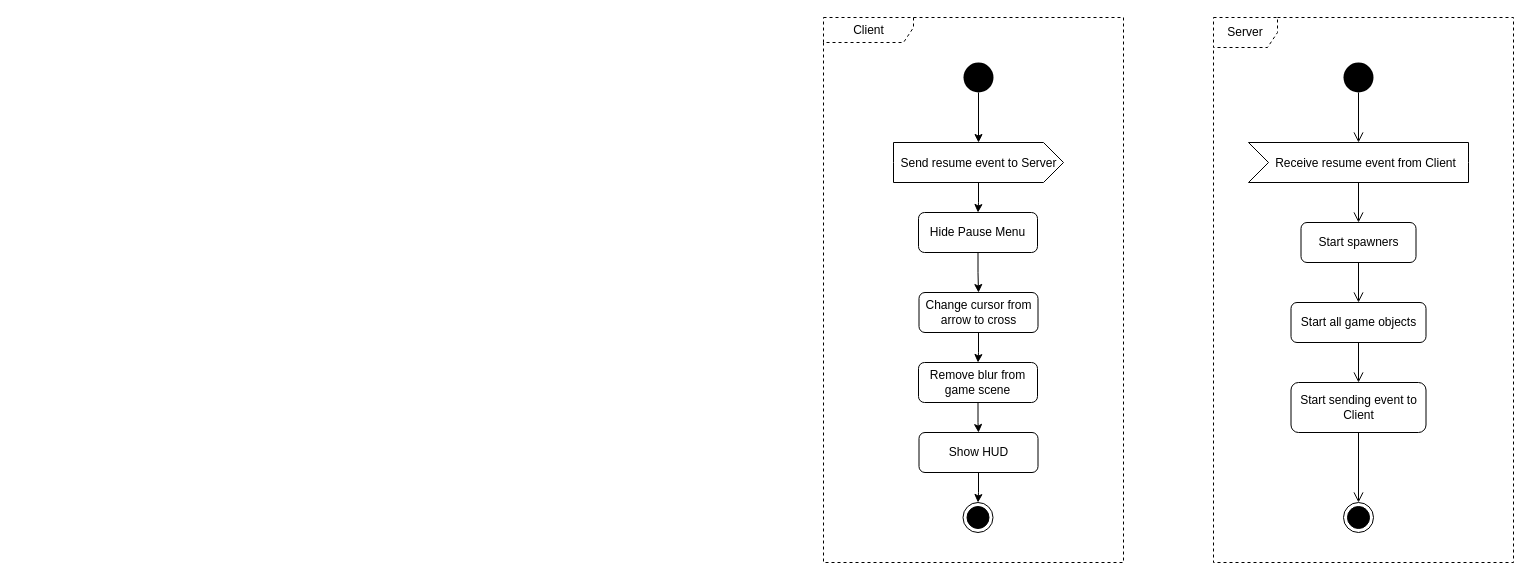
The draw.io diagram doc/activity_diagrams/singleplayer/resume_game.drawio in TadekBiela/heisttown, before the edit. Source tidied: cells renumbered, new cells numbered last; positions are measured from the earlier drawing's top-left corner, leaving out a move shared by most shapes. Both pictures are drawn from the tidied source at 100%, with x=0, y=0 at pixel (823, 17).
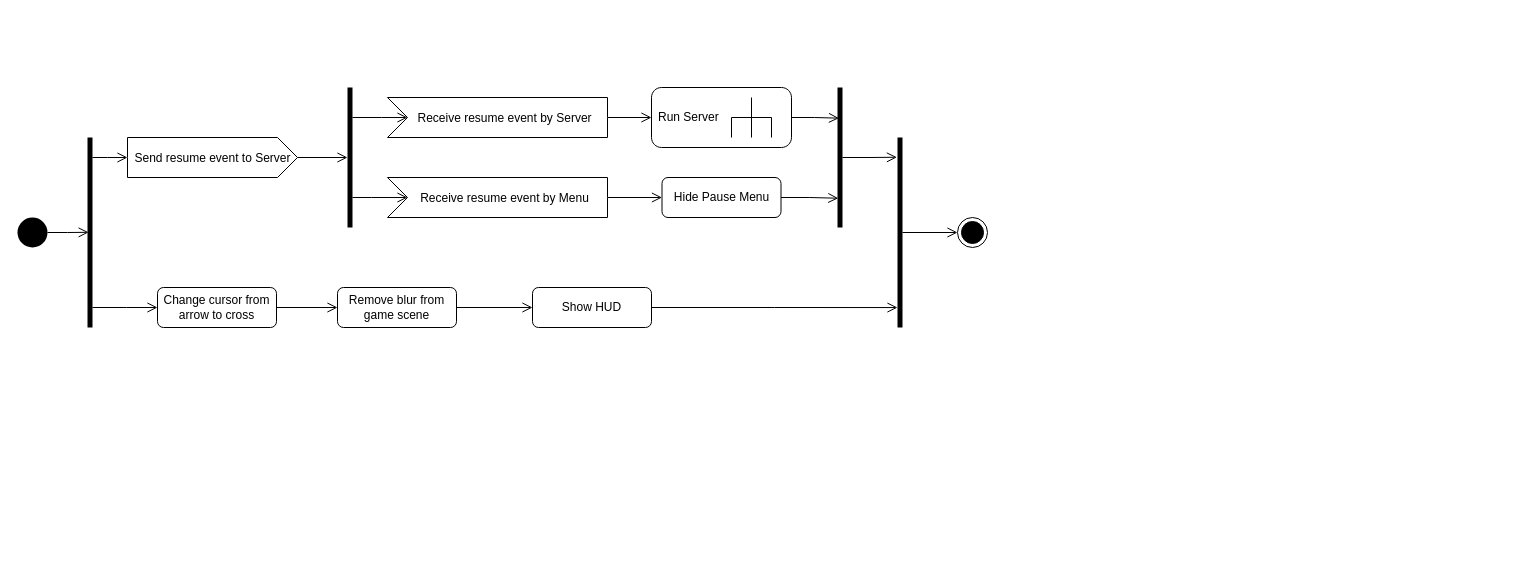
Above is the later version.

Commit message (it also covers changes not shown here):
Join Client and Server separated activity resume game diagrams into one

Change to the diagram source:
```diff
@@
-    <mxCell id="2" value="Client" style="shape=umlFrame;tabPosition=left;html=1;boundedLbl=1;labelInHeader=1;width=90;height=25;dashed=1;" parent="1" vertex="1">
-      <mxGeometry width="300" height="545" as="geometry" />
-    </mxCell>
-    <mxCell id="3" style="edgeStyle=orthogonalEdgeStyle;rounded=0;jettySize=auto;html=1;" parent="1" edge="1" source="4" target="14">
-      <mxGeometry relative="1" as="geometry" />
-    </mxCell>
-    <mxCell id="4" style="ellipse;fillColor=#000000;strokeColor=none;" parent="1" vertex="1">
-      <mxGeometry x="140" y="45" width="30" height="30" as="geometry" />
-    </mxCell>
-    <mxCell id="5" style="edgeStyle=orthogonalEdgeStyle;rounded=0;jettySize=auto;html=1;entryX=0.5;entryY=0;entryDx=0;entryDy=0;" parent="1" edge="1" source="6" target="8">
-      <mxGeometry relative="1" as="geometry" />
-    </mxCell>
+    <mxCell id="28" style="edgeStyle=orthogonalEdgeStyle;rounded=0;jettySize=auto;html=1;entryX=0.231;entryY=0.499;entryDx=0;entryDy=0;entryPerimeter=0;endArrow=open;endFill=0;endSize=8;" parent="1" edge="1" source="29" target="33">
+      <mxGeometry relative="1" as="geometry" />
+    </mxCell>
+    <mxCell id="29" style="ellipse;fillColor=#000000;strokeColor=none;" parent="1" vertex="1">
+      <mxGeometry x="-806" y="200" width="30" height="30" as="geometry" />
+    </mxCell>
+    <mxCell id="30" style="edgeStyle=orthogonalEdgeStyle;rounded=0;jettySize=auto;html=1;endArrow=open;endFill=0;endSize=8;" parent="1" edge="1" source="14" target="36">
+      <mxGeometry relative="1" as="geometry" />
+    </mxCell>
+    <mxCell id="14" value="&lt;span style=&quot;font-size: 12px;&quot;&gt;Send resume event to Server&lt;/span&gt;" style="html=1;shape=mxgraph.infographic.ribbonSimple;notch1=0;notch2=20;align=center;verticalAlign=middle;fontSize=14;fontStyle=0;fillColor=#FFFFFF;strokeColor=#000000;" parent="1" vertex="1">
+      <mxGeometry x="-696" y="120" width="170" height="40" as="geometry" />
+    </mxCell>
+    <mxCell id="31" style="edgeStyle=orthogonalEdgeStyle;rounded=0;jettySize=auto;html=1;endArrow=open;endFill=0;endSize=8;" parent="1" edge="1" source="33" target="8">
+      <mxGeometry relative="1" as="geometry">
+        <Array as="points">
+          <mxPoint x="-697" y="290" />
+          <mxPoint x="-697" y="290" />
+        </Array>
+      </mxGeometry>
+    </mxCell>
+    <mxCell id="32" style="edgeStyle=orthogonalEdgeStyle;rounded=0;jettySize=auto;html=1;endArrow=open;endFill=0;endSize=8;" parent="1" edge="1" source="33" target="14">
+      <mxGeometry relative="1" as="geometry">
+        <Array as="points">
+          <mxPoint x="-716" y="140" />
+          <mxPoint x="-716" y="140" />
+        </Array>
+      </mxGeometry>
+    </mxCell>
+    <mxCell id="33" style="html=1;points=[];perimeter=orthogonalPerimeter;fillColor=#000000;strokeColor=none;" parent="1" vertex="1">
+      <mxGeometry x="-736" y="120" width="5" height="190" as="geometry" />
+    </mxCell>
+    <mxCell id="34" style="edgeStyle=orthogonalEdgeStyle;rounded=0;jettySize=auto;html=1;entryX=0;entryY=0;entryDx=20;entryDy=20;entryPerimeter=0;endArrow=open;endFill=0;endSize=8;" parent="1" edge="1" source="36" target="38">
+      <mxGeometry relative="1" as="geometry">
+        <Array as="points">
+          <mxPoint x="-442" y="100" />
+          <mxPoint x="-442" y="100" />
+        </Array>
+      </mxGeometry>
+    </mxCell>
+    <mxCell id="35" style="edgeStyle=orthogonalEdgeStyle;rounded=0;jettySize=auto;html=1;entryX=0;entryY=0;entryDx=20;entryDy=20;entryPerimeter=0;endArrow=open;endFill=0;endSize=8;" parent="1" edge="1" source="36" target="40">
+      <mxGeometry relative="1" as="geometry">
+        <Array as="points">
+          <mxPoint x="-452" y="180" />
+          <mxPoint x="-452" y="180" />
+        </Array>
+      </mxGeometry>
+    </mxCell>
+    <mxCell id="36" style="html=1;points=[];perimeter=orthogonalPerimeter;fillColor=#000000;strokeColor=none;" parent="1" vertex="1">
+      <mxGeometry x="-476" y="70" width="5" height="140" as="geometry" />
+    </mxCell>
+    <mxCell id="37" style="edgeStyle=orthogonalEdgeStyle;rounded=0;jettySize=auto;html=1;endArrow=open;endFill=0;endSize=8;" parent="1" edge="1" source="38" target="43">
+      <mxGeometry relative="1" as="geometry" />
+    </mxCell>
+    <mxCell id="38" value="&lt;span style=&quot;font-size: 12px;&quot;&gt;Receive resume event by Server&lt;/span&gt;" style="html=1;shape=mxgraph.infographic.ribbonSimple;notch1=20;notch2=0;align=center;verticalAlign=middle;fontSize=14;fontStyle=0;fillColor=#FFFFFF;flipH=0;spacingRight=0;spacingLeft=14;strokeColor=#000000;" parent="1" vertex="1">
+      <mxGeometry x="-436" y="80" width="220" height="40" as="geometry" />
+    </mxCell>
+    <mxCell id="39" style="edgeStyle=orthogonalEdgeStyle;rounded=0;jettySize=auto;html=1;endArrow=open;endFill=0;endSize=8;" parent="1" edge="1" source="40" target="6">
+      <mxGeometry relative="1" as="geometry" />
+    </mxCell>
+    <mxCell id="40" value="&lt;span style=&quot;font-size: 12px;&quot;&gt;Receive resume event by Menu&lt;/span&gt;" style="html=1;shape=mxgraph.infographic.ribbonSimple;notch1=20;notch2=0;align=center;verticalAlign=middle;fontSize=14;fontStyle=0;fillColor=#FFFFFF;flipH=0;spacingRight=0;spacingLeft=14;strokeColor=#000000;" parent="1" vertex="1">
+      <mxGeometry x="-436" y="160" width="220" height="40" as="geometry" />
+    </mxCell>
+    <mxCell id="41" style="edgeStyle=orthogonalEdgeStyle;rounded=0;jettySize=auto;html=1;entryX=0.159;entryY=0.791;entryDx=0;entryDy=0;entryPerimeter=0;endArrow=open;endFill=0;endSize=8;" parent="1" edge="1" source="6" target="45">
+      <mxGeometry relative="1" as="geometry" />
+    </mxCell>
     <mxCell id="6" value="Hide Pause Menu" style="rounded=1;whiteSpace=wrap;html=1;" parent="1" vertex="1">
-      <mxGeometry x="95" y="195" width="119" height="40" as="geometry" />
+      <mxGeometry x="-161.5" y="160" width="119" height="40" as="geometry" />
     </mxCell>
+    <mxCell id="42" style="edgeStyle=orthogonalEdgeStyle;rounded=0;jettySize=auto;html=1;entryX=0.297;entryY=0.219;entryDx=0;entryDy=0;entryPerimeter=0;endArrow=open;endFill=0;endSize=8;" parent="1" edge="1" source="43" target="45">
+      <mxGeometry relative="1" as="geometry" />
+    </mxCell>
+    <mxCell id="43" value="Run Server" style="shape=mxgraph.uml25.behaviorAction;html=1;rounded=1;absoluteArcSize=1;arcSize=10;align=left;spacingLeft=5;" parent="1" vertex="1">
+      <mxGeometry x="-172" y="70" width="140" height="60" as="geometry" />
+    </mxCell>
+    <mxCell id="44" style="edgeStyle=orthogonalEdgeStyle;rounded=0;jettySize=auto;html=1;entryX=-0.115;entryY=0.104;entryDx=0;entryDy=0;entryPerimeter=0;endArrow=open;endFill=0;endSize=8;" parent="1" edge="1" source="45" target="48">
+      <mxGeometry relative="1" as="geometry" />
+    </mxCell>
+    <mxCell id="45" style="html=1;points=[];perimeter=orthogonalPerimeter;fillColor=#000000;strokeColor=none;" parent="1" vertex="1">
+      <mxGeometry x="14" y="70" width="5" height="140" as="geometry" />
+    </mxCell>
-    <mxCell id="7" style="edgeStyle=orthogonalEdgeStyle;rounded=0;jettySize=auto;html=1;" parent="1" edge="1" source="8" target="10">
+    <mxCell id="7" style="edgeStyle=orthogonalEdgeStyle;rounded=0;jettySize=auto;html=1;endArrow=open;endFill=0;endSize=8;" parent="1" edge="1" source="8" target="10">
       <mxGeometry relative="1" as="geometry" />
     </mxCell>
     <mxCell id="8" value="Change cursor from arrow to cross" style="rounded=1;whiteSpace=wrap;html=1;" parent="1" vertex="1">
-      <mxGeometry x="95.5" y="275" width="119" height="40" as="geometry" />
+      <mxGeometry x="-666" y="270" width="119" height="40" as="geometry" />
     </mxCell>
-    <mxCell id="9" style="edgeStyle=orthogonalEdgeStyle;rounded=0;jettySize=auto;html=1;" parent="1" edge="1" source="10" target="12">
+    <mxCell id="9" style="edgeStyle=orthogonalEdgeStyle;rounded=0;jettySize=auto;html=1;endArrow=open;endFill=0;endSize=8;" parent="1" edge="1" source="10" target="12">
       <mxGeometry relative="1" as="geometry" />
     </mxCell>
     <mxCell id="10" value="Remove blur from game scene" style="rounded=1;whiteSpace=wrap;html=1;" parent="1" vertex="1">
-      <mxGeometry x="95" y="345" width="119" height="40" as="geometry" />
+      <mxGeometry x="-486" y="270" width="119" height="40" as="geometry" />
     </mxCell>
-    <mxCell id="11" style="edgeStyle=orthogonalEdgeStyle;rounded=0;jettySize=auto;html=1;" parent="1" edge="1" source="12" target="15">
-      <mxGeometry relative="1" as="geometry" />
-    </mxCell>
+    <mxCell id="46" style="edgeStyle=orthogonalEdgeStyle;rounded=0;jettySize=auto;html=1;endArrow=open;endFill=0;endSize=8;entryX=0;entryY=0.895;entryDx=0;entryDy=0;entryPerimeter=0;" parent="1" edge="1" source="12" target="48">
+      <mxGeometry relative="1" as="geometry" />
+    </mxCell>
     <mxCell id="12" value="Show HUD" style="rounded=1;whiteSpace=wrap;html=1;" parent="1" vertex="1">
-      <mxGeometry x="95.5" y="415" width="119" height="40" as="geometry" />
+      <mxGeometry x="-291" y="270" width="119" height="40" as="geometry" />
     </mxCell>
-    <mxCell id="13" style="edgeStyle=orthogonalEdgeStyle;rounded=0;jettySize=auto;html=1;" parent="1" edge="1" source="14" target="6">
-      <mxGeometry relative="1" as="geometry" />
-    </mxCell>
-    <mxCell id="14" value="&lt;span style=&quot;font-size: 12px;&quot;&gt;Send resume event to Server&lt;/span&gt;" style="html=1;shape=mxgraph.infographic.ribbonSimple;notch1=0;notch2=20;align=center;verticalAlign=middle;fontSize=14;fontStyle=0;fillColor=#FFFFFF;strokeColor=#000000;" parent="1" vertex="1">
-      <mxGeometry x="70" y="125" width="170" height="40" as="geometry" />
-    </mxCell>
-    <mxCell id="15" style="ellipse;html=1;shape=endState;fillColor=#000000;strokeColor=#000000;" parent="1" vertex="1">
-      <mxGeometry x="139.5" y="485" width="30" height="30" as="geometry" />
-    </mxCell>
-    <mxCell id="16" value="Server" style="shape=umlFrame;whiteSpace=wrap;html=1;strokeColor=#000000;width=64;height=30;dashed=1;" parent="1" vertex="1">
-      <mxGeometry x="390" width="300" height="545" as="geometry" />
-    </mxCell>
-    <mxCell id="17" style="edgeStyle=orthogonalEdgeStyle;rounded=0;jettySize=auto;html=1;endArrow=open;endFill=0;endSize=8;strokeColor=#000000;" parent="1" edge="1" source="18" target="27">
-      <mxGeometry relative="1" as="geometry" />
-    </mxCell>
-    <mxCell id="18" style="ellipse;fillColor=#000000;strokeColor=none;" parent="1" vertex="1">
-      <mxGeometry x="520" y="45" width="30" height="30" as="geometry" />
-    </mxCell>
-    <mxCell id="19" style="edgeStyle=orthogonalEdgeStyle;rounded=0;jettySize=auto;html=1;entryX=0.5;entryY=0;entryDx=0;entryDy=0;endArrow=open;endFill=0;endSize=8;strokeColor=#000000;exitX=0;exitY=0;exitDx=110;exitDy=40;exitPerimeter=0;" parent="1" edge="1" source="27" target="21">
-      <mxGeometry relative="1" as="geometry" />
-    </mxCell>
-    <mxCell id="20" style="edgeStyle=orthogonalEdgeStyle;rounded=0;jettySize=auto;html=1;endArrow=open;endFill=0;endSize=8;strokeColor=#000000;" parent="1" edge="1" source="21" target="23">
-      <mxGeometry relative="1" as="geometry" />
-    </mxCell>
-    <mxCell id="21" value="Start spawners" style="rounded=1;whiteSpace=wrap;html=1;strokeColor=#000000;" parent="1" vertex="1">
-      <mxGeometry x="477.5" y="205" width="115" height="40" as="geometry" />
-    </mxCell>
-    <mxCell id="22" style="edgeStyle=orthogonalEdgeStyle;rounded=0;jettySize=auto;html=1;entryX=0.5;entryY=0;entryDx=0;entryDy=0;endArrow=open;endFill=0;endSize=8;strokeColor=#000000;" parent="1" edge="1" source="23" target="25">
-      <mxGeometry relative="1" as="geometry" />
-    </mxCell>
-    <mxCell id="23" value="Start all game objects" style="rounded=1;whiteSpace=wrap;html=1;strokeColor=#000000;" parent="1" vertex="1">
-      <mxGeometry x="467.5" y="285" width="135" height="40" as="geometry" />
-    </mxCell>
-    <mxCell id="24" style="edgeStyle=orthogonalEdgeStyle;rounded=0;jettySize=auto;html=1;entryX=0.5;entryY=0;entryDx=0;entryDy=0;endArrow=open;endFill=0;endSize=8;strokeColor=#000000;" parent="1" edge="1" source="25" target="26">
-      <mxGeometry relative="1" as="geometry" />
-    </mxCell>
-    <mxCell id="25" value="Start sending event to Client" style="rounded=1;whiteSpace=wrap;html=1;strokeColor=#000000;" parent="1" vertex="1">
-      <mxGeometry x="467.5" y="365" width="135" height="50" as="geometry" />
-    </mxCell>
-    <mxCell id="26" style="ellipse;html=1;shape=endState;fillColor=#000000;strokeColor=#000000;" parent="1" vertex="1">
-      <mxGeometry x="520" y="485" width="30" height="30" as="geometry" />
-    </mxCell>
-    <mxCell id="27" value="&lt;span style=&quot;font-size: 12px;&quot;&gt;Receive resume event from Client&lt;/span&gt;" style="html=1;shape=mxgraph.infographic.ribbonSimple;notch1=20;notch2=0;align=center;verticalAlign=middle;fontSize=14;fontStyle=0;fillColor=#FFFFFF;flipH=0;spacingRight=0;spacingLeft=14;strokeColor=#000000;" parent="1" vertex="1">
-      <mxGeometry x="425" y="125" width="220" height="40" as="geometry" />
-    </mxCell>
+    <mxCell id="47" style="edgeStyle=orthogonalEdgeStyle;rounded=0;jettySize=auto;html=1;endArrow=open;endFill=0;endSize=8;" parent="1" edge="1" source="48" target="49">
+      <mxGeometry relative="1" as="geometry" />
+    </mxCell>
+    <mxCell id="48" style="html=1;points=[];perimeter=orthogonalPerimeter;fillColor=#000000;strokeColor=none;" parent="1" vertex="1">
+      <mxGeometry x="74" y="120" width="5" height="190" as="geometry" />
+    </mxCell>
+    <mxCell id="49" style="ellipse;html=1;shape=endState;fillColor=#000000;strokeColor=#000000;" parent="1" vertex="1">
+      <mxGeometry x="134" y="200" width="30" height="30" as="geometry" />
+    </mxCell>
```
